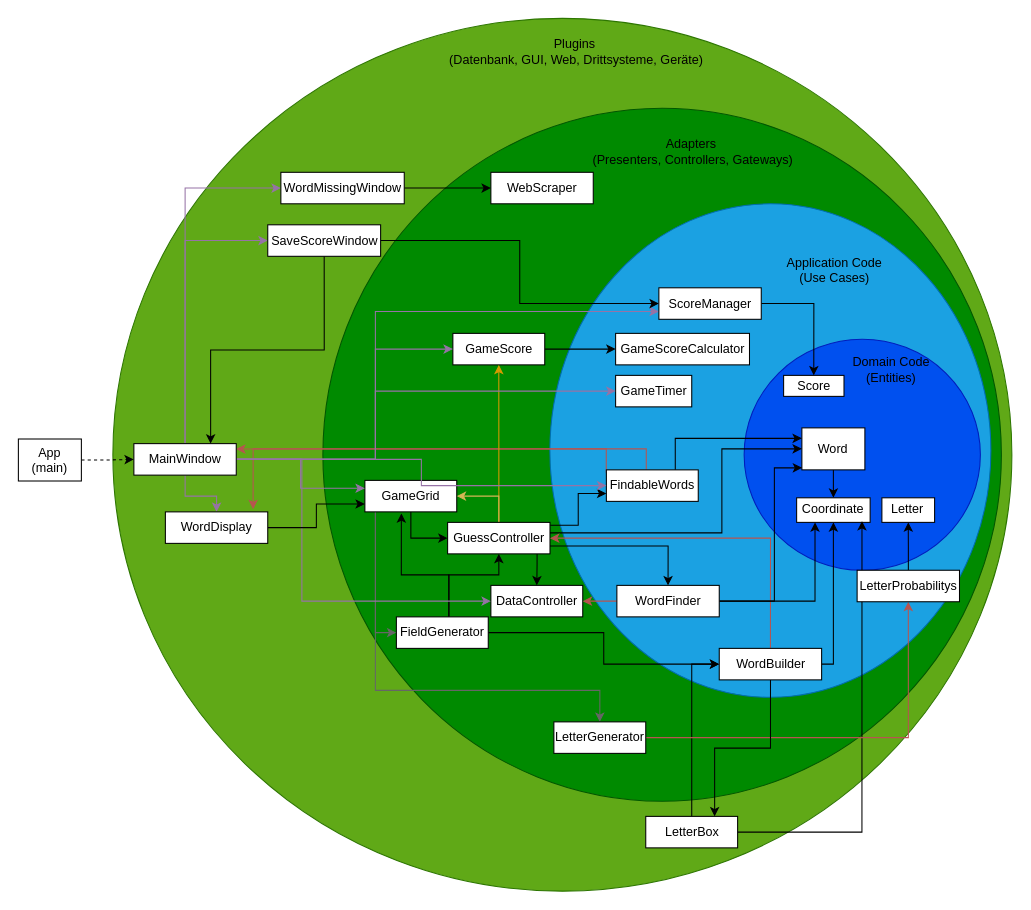
Before: Bilder/CleanArchitectureBEFORE.drawio in EinToni/WortfinderDoku, a draw.io diagram. Source tidied: cells renumbered, new cells numbered last; positions are measured from the earlier drawing's top-left corner, leaving out a move shared by most shapes. Both pictures are drawn from the tidied source at 105%, with x=0, y=0 at pixel (18, 18).
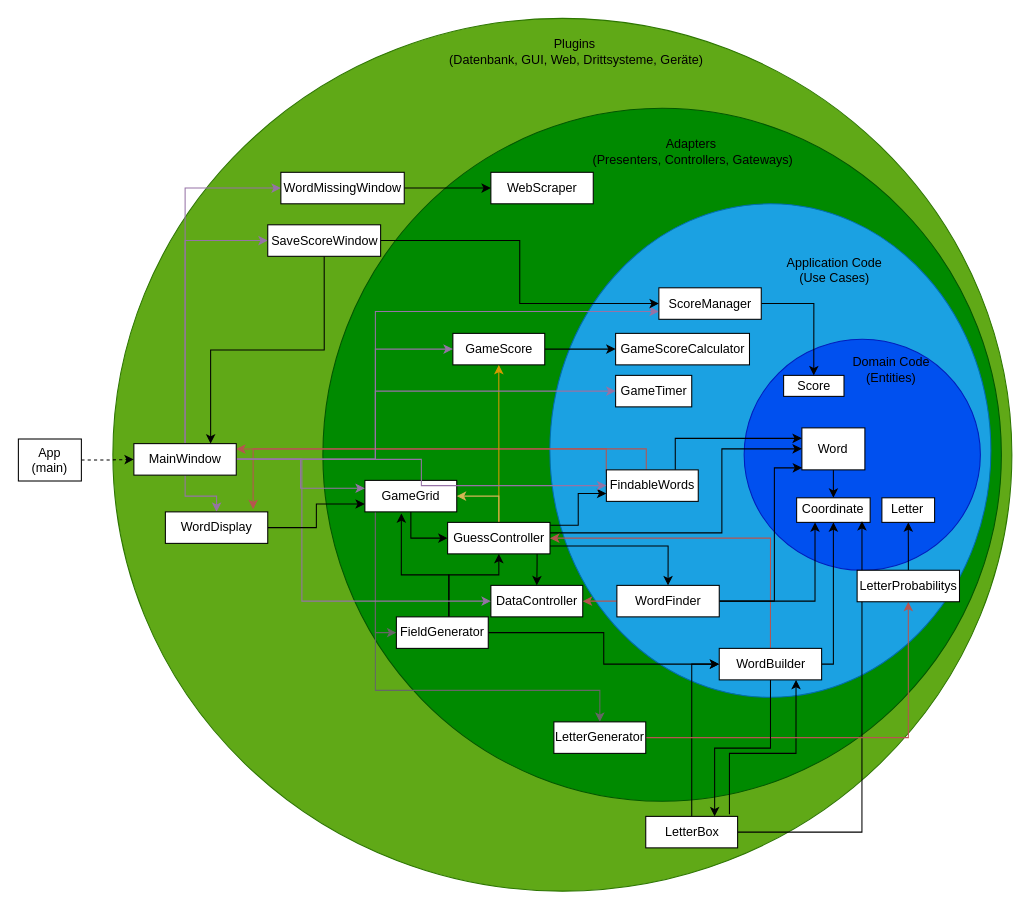
Above is the later version.

Unchanged cells that the change refers to:
```xml
<mxCell id="39" value="LetterBox" style="rounded=0;whiteSpace=wrap;html=1;fillColor=#ffffff;" parent="1" vertex="1">
  <mxGeometry x="597.5" y="760" width="87.5" height="30" as="geometry" />
</mxCell>
<mxCell id="64" value="WordBuilder" style="rounded=0;whiteSpace=wrap;html=1;fillColor=#ffffff;" parent="1" vertex="1">
  <mxGeometry x="667.5" y="600" width="97.5" height="30" as="geometry" />
</mxCell>
```

Diff of the diagram source:
```diff
@@
+    <mxCell id="76" style="edgeStyle=orthogonalEdgeStyle;rounded=0;jettySize=auto;html=1;entryX=0.75;entryY=1;entryDx=0;entryDy=0;exitX=0.911;exitY=-0.065;exitDx=0;exitDy=0;exitPerimeter=0;" parent="1" edge="1" source="39" target="64">
+      <mxGeometry relative="1" as="geometry">
+        <Array as="points">
+          <mxPoint x="677" y="700" />
+          <mxPoint x="741" y="700" />
+        </Array>
+      </mxGeometry>
+    </mxCell>
```
